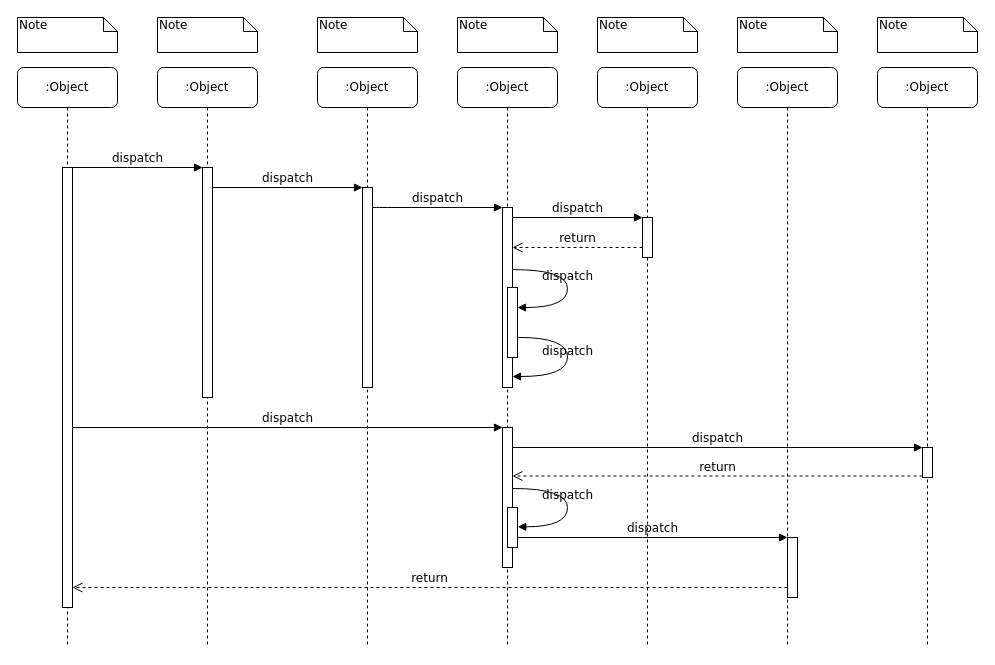
Before: Untitled Diagram.drawio in wattaa90/demo, a draw.io diagram. Source tidied: cells renumbered, new cells numbered last; positions are measured from the earlier drawing's top-left corner, leaving out a move shared by most shapes. Both pictures are drawn from the tidied source at 100%, with x=0, y=0 at pixel (17, 17).
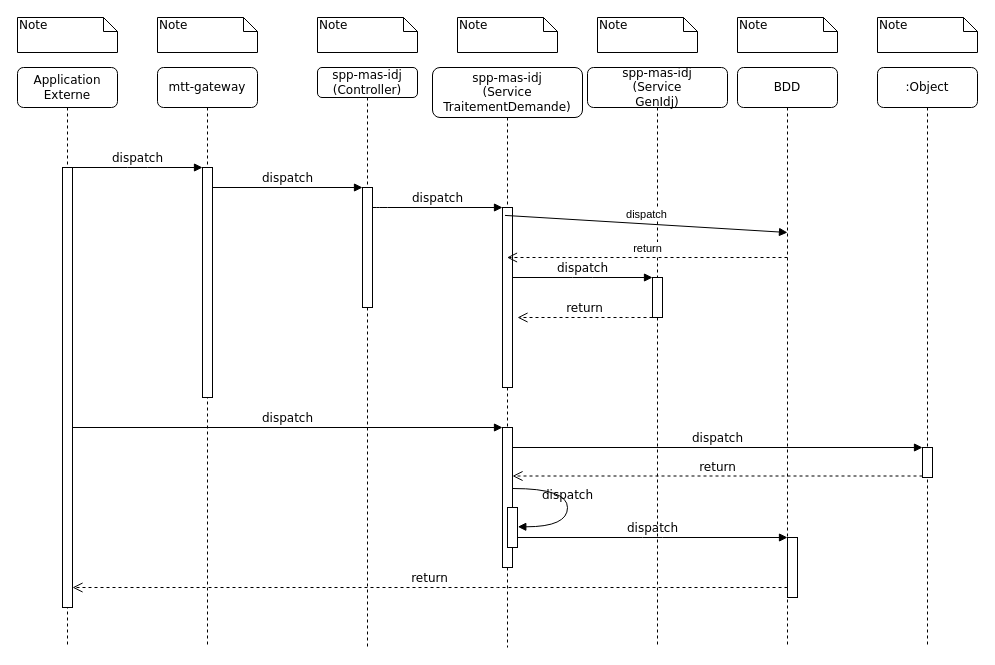
The same diagram, later.

The change refers to these unchanged cells:
```xml
<mxCell id="12" style="html=1;points=[];perimeter=orthogonalPerimeter;rounded=0;shadow=0;comic=0;labelBackgroundColor=none;strokeWidth=1;fontFamily=Verdana;fontSize=12;align=center;" parent="1" vertex="1">
  <mxGeometry x="485" y="190" width="10" height="180" as="geometry" />
</mxCell>
```

Change to the diagram source:
```diff
@@
-    <mxCell id="2" value=":Object" style="shape=umlLifeline;perimeter=lifelinePerimeter;whiteSpace=wrap;html=1;rounded=1;shadow=0;comic=0;labelBackgroundColor=none;strokeWidth=1;fontFamily=Verdana;fontSize=12;align=center;" parent="1" vertex="1">
+    <mxCell id="2" value="mtt-gateway" style="shape=umlLifeline;perimeter=lifelinePerimeter;whiteSpace=wrap;html=1;rounded=1;shadow=0;comic=0;labelBackgroundColor=none;strokeWidth=1;fontFamily=Verdana;fontSize=12;align=center;" parent="1" vertex="1">
       <mxGeometry x="140" y="50" width="100" height="580" as="geometry" />
     </mxCell>
@@
-    <mxCell id="4" value=":Object" style="shape=umlLifeline;perimeter=lifelinePerimeter;whiteSpace=wrap;html=1;rounded=1;shadow=0;comic=0;labelBackgroundColor=none;strokeWidth=1;fontFamily=Verdana;fontSize=12;align=center;" parent="1" vertex="1">
+    <mxCell id="4" value="spp-mas-idj&lt;br&gt;(Controller)" style="shape=umlLifeline;perimeter=lifelinePerimeter;whiteSpace=wrap;html=1;rounded=1;shadow=0;comic=0;labelBackgroundColor=none;strokeWidth=1;fontFamily=Verdana;fontSize=12;align=center;size=30;" parent="1" vertex="1">
       <mxGeometry x="300" y="50" width="100" height="580" as="geometry" />
     </mxCell>
     <mxCell id="5" style="html=1;points=[];perimeter=orthogonalPerimeter;rounded=0;shadow=0;comic=0;labelBackgroundColor=none;strokeWidth=1;fontFamily=Verdana;fontSize=12;align=center;" parent="4" vertex="1">
-      <mxGeometry x="45" y="120" width="10" height="200" as="geometry" />
+      <mxGeometry x="45" y="120" width="10" height="120" as="geometry" />
     </mxCell>
-    <mxCell id="6" value=":Object" style="shape=umlLifeline;perimeter=lifelinePerimeter;whiteSpace=wrap;html=1;outlineConnect=0;rounded=1;shadow=0;comic=0;labelBackgroundColor=none;strokeWidth=1;fontFamily=Verdana;fontSize=12;align=center;" parent="1" vertex="1">
-      <mxGeometry x="440" y="50" width="100" height="580" as="geometry" />
+    <mxCell id="6" value="spp-mas-idj&lt;br&gt;(Service&lt;br&gt;TraitementDemande)" style="shape=umlLifeline;perimeter=lifelinePerimeter;whiteSpace=wrap;html=1;outlineConnect=0;rounded=1;shadow=0;comic=0;labelBackgroundColor=none;strokeWidth=1;fontFamily=Verdana;fontSize=12;align=center;size=50;" parent="1" vertex="1">
+      <mxGeometry x="415" y="50" width="150" height="580" as="geometry" />
     </mxCell>
-    <mxCell id="7" value=":Object" style="shape=umlLifeline;perimeter=lifelinePerimeter;whiteSpace=wrap;html=1;rounded=1;shadow=0;comic=0;labelBackgroundColor=none;strokeWidth=1;fontFamily=Verdana;fontSize=12;align=center;" parent="1" vertex="1">
-      <mxGeometry x="580" y="50" width="100" height="580" as="geometry" />
+    <mxCell id="7" value="spp-mas-idj&lt;br&gt;(Service&lt;br&gt;GenIdj)" style="shape=umlLifeline;perimeter=lifelinePerimeter;whiteSpace=wrap;html=1;rounded=1;shadow=0;comic=0;labelBackgroundColor=none;strokeWidth=1;fontFamily=Verdana;fontSize=12;align=center;" parent="1" vertex="1">
+      <mxGeometry x="570" y="50" width="140" height="580" as="geometry" />
     </mxCell>
+    <mxCell id="14" style="html=1;points=[];perimeter=orthogonalPerimeter;rounded=0;shadow=0;comic=0;labelBackgroundColor=none;strokeWidth=1;fontFamily=Verdana;fontSize=12;align=center;" parent="7" vertex="1">
+      <mxGeometry x="65" y="210" width="10" height="40" as="geometry" />
+    </mxCell>
-    <mxCell id="8" value=":Object" style="shape=umlLifeline;perimeter=lifelinePerimeter;whiteSpace=wrap;html=1;rounded=1;shadow=0;comic=0;labelBackgroundColor=none;strokeWidth=1;fontFamily=Verdana;fontSize=12;align=center;" parent="1" vertex="1">
+    <mxCell id="8" value="BDD" style="shape=umlLifeline;perimeter=lifelinePerimeter;whiteSpace=wrap;html=1;rounded=1;shadow=0;comic=0;labelBackgroundColor=none;strokeWidth=1;fontFamily=Verdana;fontSize=12;align=center;" parent="1" vertex="1">
       <mxGeometry x="720" y="50" width="100" height="580" as="geometry" />
     </mxCell>
+    <mxCell id="39" style="html=1;points=[];perimeter=orthogonalPerimeter;" parent="8" vertex="1">
+      <mxGeometry x="50" y="140" height="50" as="geometry" />
+    </mxCell>
@@
-    <mxCell id="10" value=":Object" style="shape=umlLifeline;perimeter=lifelinePerimeter;whiteSpace=wrap;html=1;rounded=1;shadow=0;comic=0;labelBackgroundColor=none;strokeWidth=1;fontFamily=Verdana;fontSize=12;align=center;" parent="1" vertex="1">
+    <mxCell id="10" value="Application Externe" style="shape=umlLifeline;perimeter=lifelinePerimeter;whiteSpace=wrap;html=1;rounded=1;shadow=0;comic=0;labelBackgroundColor=none;strokeWidth=1;fontFamily=Verdana;fontSize=12;align=center;" parent="1" vertex="1">
       <mxGeometry y="50" width="100" height="580" as="geometry" />
     </mxCell>
@@
-    <mxCell id="14" style="html=1;points=[];perimeter=orthogonalPerimeter;rounded=0;shadow=0;comic=0;labelBackgroundColor=none;strokeWidth=1;fontFamily=Verdana;fontSize=12;align=center;" parent="1" vertex="1">
-      <mxGeometry x="625" y="200" width="10" height="40" as="geometry" />
-    </mxCell>
@@
-    <mxCell id="16" value="return" style="html=1;verticalAlign=bottom;endArrow=open;dashed=1;endSize=8;labelBackgroundColor=none;fontFamily=Verdana;fontSize=12;edgeStyle=elbowEdgeStyle;elbow=vertical;" parent="1" edge="1" source="14" target="12">
+    <mxCell id="16" value="return" style="html=1;verticalAlign=bottom;endArrow=open;dashed=1;endSize=8;labelBackgroundColor=none;fontFamily=Verdana;fontSize=12;edgeStyle=elbowEdgeStyle;elbow=vertical;" parent="1" edge="1" source="14">
       <mxGeometry relative="1" as="geometry">
+        <mxPoint x="500" y="300" as="targetPoint" />
         <Array as="points">
+          <mxPoint x="600" y="300" />
           <mxPoint x="570" y="230" />
           <mxPoint x="600" y="230" />
         </Array>
       </mxGeometry>
     </mxCell>
@@
-    <mxCell id="27" style="html=1;points=[];perimeter=orthogonalPerimeter;rounded=0;shadow=0;comic=0;labelBackgroundColor=none;strokeWidth=1;fontFamily=Verdana;fontSize=12;align=center;" parent="1" vertex="1">
-      <mxGeometry x="490" y="270" width="10" height="70" as="geometry" />
-    </mxCell>
-    <mxCell id="28" value="dispatch" style="html=1;verticalAlign=bottom;endArrow=block;labelBackgroundColor=none;fontFamily=Verdana;fontSize=12;elbow=vertical;edgeStyle=orthogonalEdgeStyle;curved=1;entryX=1;entryY=0.286;entryPerimeter=0;exitX=1.038;exitY=0.345;exitPerimeter=0;" parent="1" edge="1" source="12" target="27">
-      <mxGeometry relative="1" as="geometry">
-        <Array as="points">
-          <mxPoint x="550" y="252" />
-          <mxPoint x="550" y="290" />
-        </Array>
-      </mxGeometry>
-    </mxCell>
-    <mxCell id="29" value="dispatch" style="html=1;verticalAlign=bottom;endArrow=block;labelBackgroundColor=none;fontFamily=Verdana;fontSize=12;elbow=vertical;edgeStyle=orthogonalEdgeStyle;curved=1;exitX=1.066;exitY=0.713;exitPerimeter=0;" parent="1" edge="1" source="27">
-      <mxGeometry relative="1" as="geometry">
-        <mxPoint x="495" y="359" as="targetPoint" />
-        <Array as="points">
-          <mxPoint x="550" y="320" />
-          <mxPoint x="550" y="359" />
-        </Array>
-      </mxGeometry>
-    </mxCell>
@@
+    <mxCell id="40" value="dispatch" style="html=1;verticalAlign=bottom;endArrow=block;entryX=0;entryY=0;exitX=0.247;exitY=0.044;exitDx=0;exitDy=0;exitPerimeter=0;" parent="1" edge="1" source="12" target="39">
+      <mxGeometry relative="1" as="geometry" />
+    </mxCell>
+    <mxCell id="41" value="return" style="html=1;verticalAlign=bottom;endArrow=open;dashed=1;endSize=8;exitX=0;exitY=0.95;" parent="1" edge="1" source="39" target="6">
+      <mxGeometry relative="1" as="geometry" />
+    </mxCell>
```
